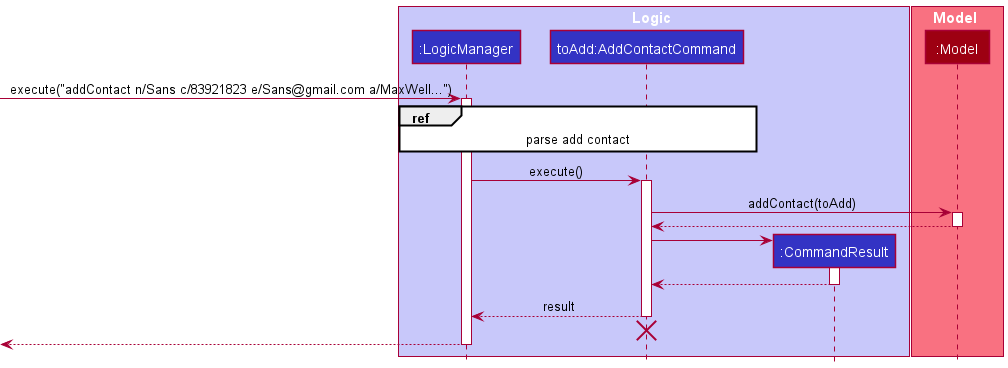
This is docs/images/contact/AddContactSequenceDiagram.png from ooawagaeri/tp, a PlantUML export, as it was before one commit. Its diagram source:
```plantuml
@startuml
!include style.puml

box Logic LOGIC_COLOR_T1
participant ":LogicManager" as LogicManager LOGIC_COLOR
participant "toAdd:AddContactCommand" as AddContactCommand LOGIC_COLOR
participant ":CommandResult" as CommandResult LOGIC_COLOR
end box

box Model MODEL_COLOR_T1
participant ":Model" as Model MODEL_COLOR
end box
[-> LogicManager : execute("addContact n/Sans c/83921823 e/Sans@gmail.com a/MaxWell...")
activate LogicManager

ref over LogicManager, AddContactCommand : parse add contact

LogicManager -> AddContactCommand : execute()
activate AddContactCommand

AddContactCommand -> Model : addContact(toAdd)
activate Model

Model --> AddContactCommand
deactivate Model

create CommandResult
AddContactCommand -> CommandResult
activate CommandResult

CommandResult --> AddContactCommand
deactivate CommandResult

AddContactCommand --> LogicManager : result
deactivate AddContactCommand

AddContactCommand -[hidden]-> LogicManager
destroy AddContactCommand

[<--LogicManager
deactivate LogicManager
@enduml
```
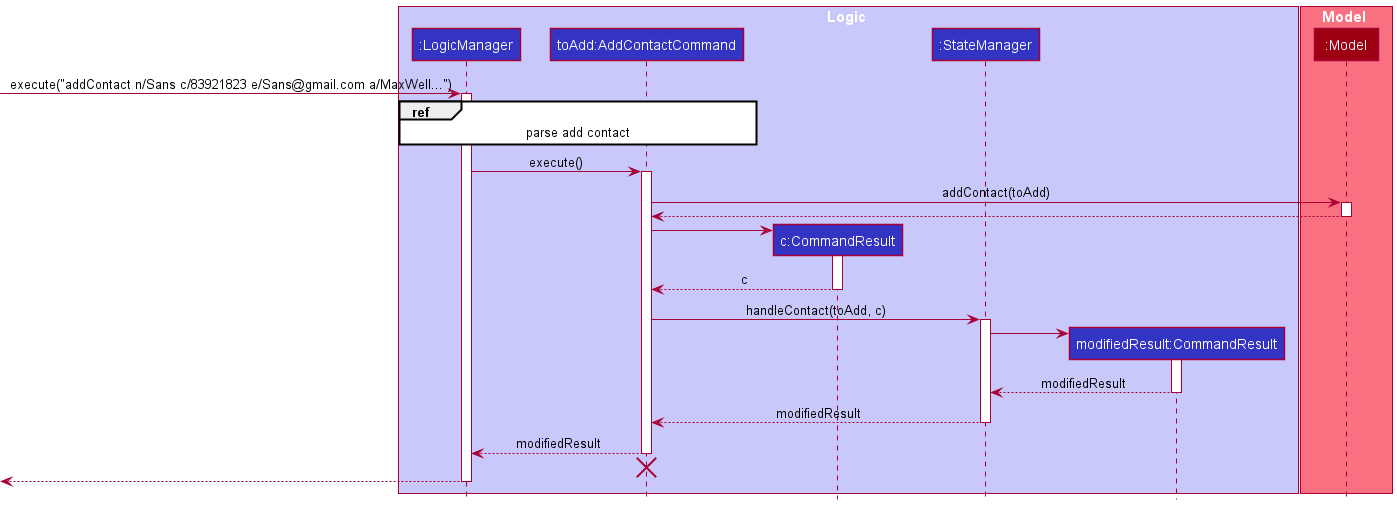
The same file after the commit.

The edit, as a diff of the source:
```diff
@@ -1,10 +1,12 @@
 @startuml
-!include style.puml
+!include ../style.puml
 
 box Logic LOGIC_COLOR_T1
 participant ":LogicManager" as LogicManager LOGIC_COLOR
 participant "toAdd:AddContactCommand" as AddContactCommand LOGIC_COLOR
-participant ":CommandResult" as CommandResult LOGIC_COLOR
+participant "c:CommandResult" as CommandResult LOGIC_COLOR
+participant ":StateManager" as StateManager LOGIC_COLOR
+participant "modifiedResult:CommandResult" as CommandResult2 LOGIC_COLOR
 end box
 
 box Model MODEL_COLOR_T1
@@ -28,10 +30,23 @@
 AddContactCommand -> CommandResult
 activate CommandResult
 
-CommandResult --> AddContactCommand
+CommandResult --> AddContactCommand : c
 deactivate CommandResult
 
-AddContactCommand --> LogicManager : result
+AddContactCommand -> StateManager : handleContact(toAdd, c)
+activate StateManager
+
+create CommandResult2
+StateManager -> CommandResult2
+activate CommandResult2
+
+CommandResult2 --> StateManager : modifiedResult
+deactivate CommandResult2
+
+StateManager --> AddContactCommand : modifiedResult
+deactivate StateManager
+
+AddContactCommand --> LogicManager : modifiedResult
 deactivate AddContactCommand
 
 AddContactCommand -[hidden]-> LogicManager
```
